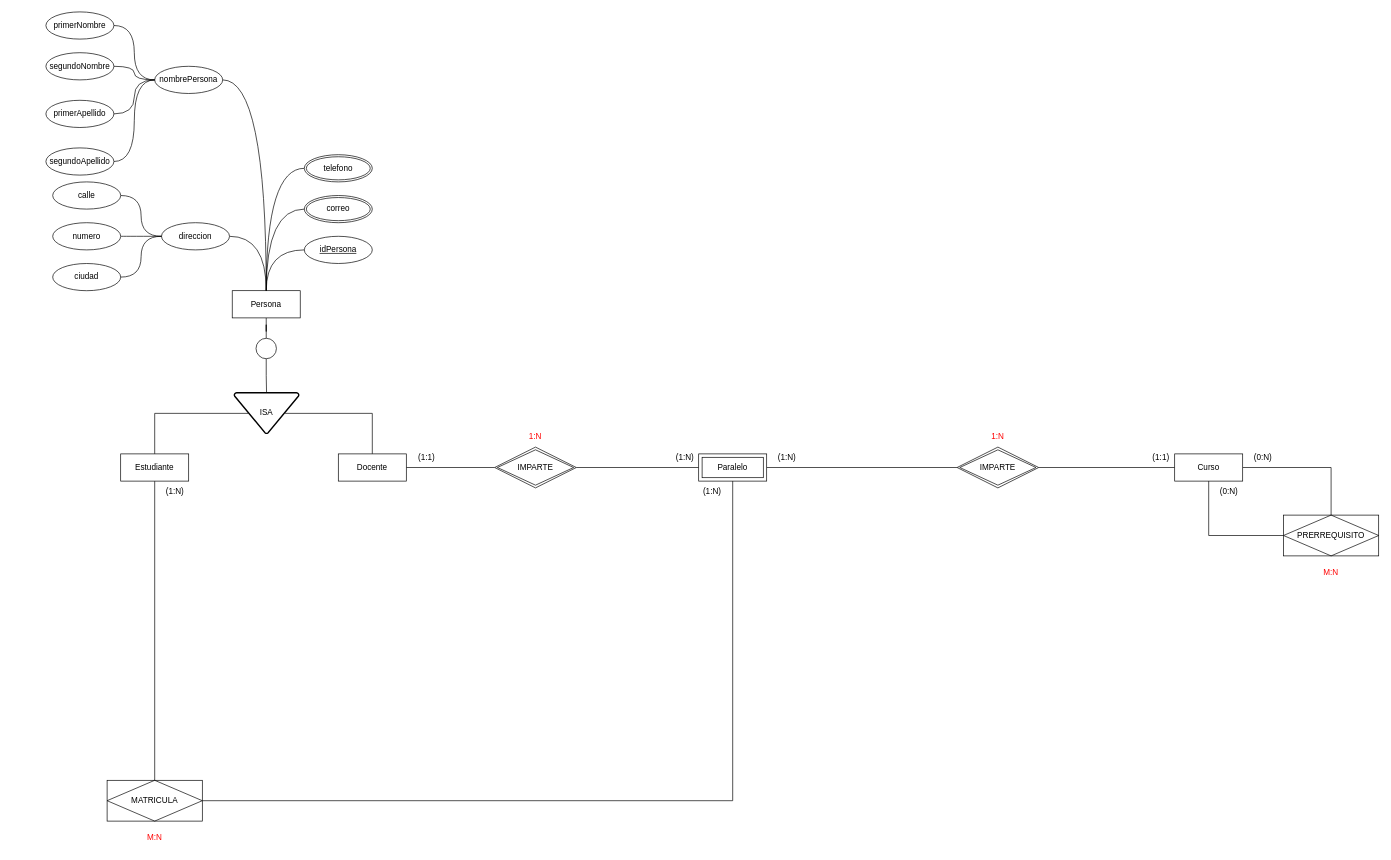
Isa4cc/BASE-DE-DATOS-I-DIAGRAMAS keeps this draw.io diagram as DIAGRAMA-UNI.drawio. Above is the earlier version. Source tidied: cells renumbered, new cells numbered last; positions are measured from the earlier drawing's top-left corner, leaving out a move shared by most shapes. Both pictures are drawn from the tidied source at 68%, with x=0, y=0 at pixel (46, 12).
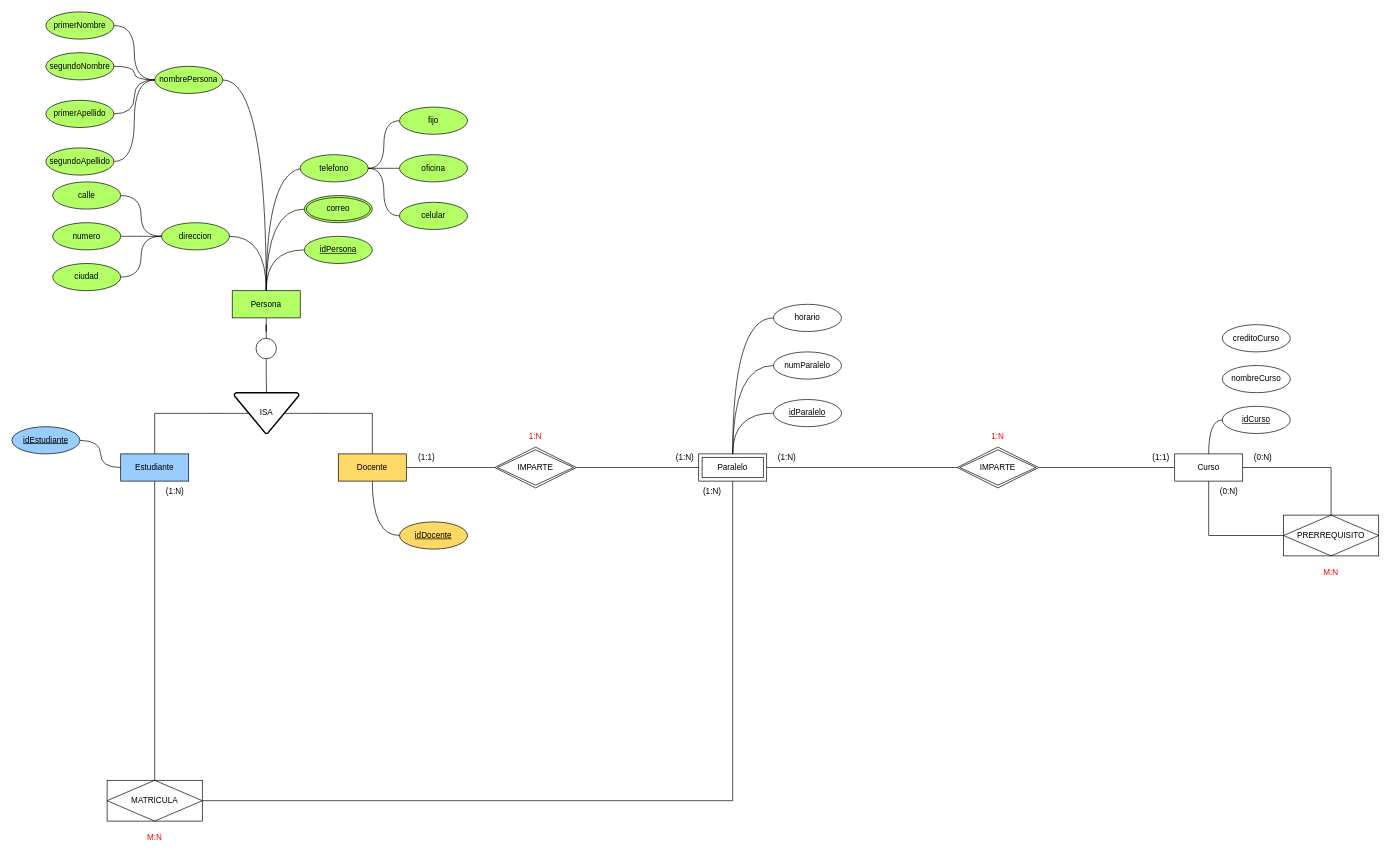
The same diagram, later.

Unchanged cells that the change refers to:
```xml
<mxCell id="40" value="Paralelo" style="shape=ext;margin=3;double=1;whiteSpace=wrap;html=1;align=center;" parent="1" vertex="1">
  <mxGeometry x="960" y="650" width="100" height="40" as="geometry" />
</mxCell>
<mxCell id="49" value="Curso" style="whiteSpace=wrap;html=1;align=center;" parent="1" vertex="1">
  <mxGeometry x="1660" y="650" width="100" height="40" as="geometry" />
</mxCell>
```

What changed in the source:
```diff
@@
-    <mxCell id="3" value="Persona" style="whiteSpace=wrap;html=1;align=center;" parent="1" vertex="1">
+    <mxCell id="3" value="Persona" style="whiteSpace=wrap;html=1;align=center;fillColor=#B3FF66;" parent="1" vertex="1">
       <mxGeometry x="274" y="410" width="100" height="40" as="geometry" />
     </mxCell>
@@
-    <mxCell id="10" value="Estudiante" style="whiteSpace=wrap;html=1;align=center;" parent="1" vertex="1">
+    <mxCell id="10" value="Estudiante" style="whiteSpace=wrap;html=1;align=center;fillColor=#99CCFF;" parent="1" vertex="1">
       <mxGeometry x="110" y="650" width="100" height="40" as="geometry" />
     </mxCell>
@@
+    <mxCell id="61" style="edgeStyle=orthogonalEdgeStyle;rounded=0;jettySize=auto;html=1;entryX=0;entryY=0.5;entryDx=0;entryDy=0;curved=1;curveGeometry=1;endArrow=none;endFill=0;" parent="1" edge="1" source="12" target="71">
+      <mxGeometry relative="1" as="geometry" />
+    </mxCell>
-    <mxCell id="12" value="Docente" style="whiteSpace=wrap;html=1;align=center;" parent="1" vertex="1">
+    <mxCell id="12" value="Docente" style="whiteSpace=wrap;html=1;align=center;fillColor=#FFD966;" parent="1" vertex="1">
       <mxGeometry x="430" y="650" width="100" height="40" as="geometry" />
     </mxCell>
@@
-    <mxCell id="14" value="idPersona" style="ellipse;whiteSpace=wrap;html=1;align=center;fontStyle=4;" parent="1" vertex="1">
+    <mxCell id="14" value="idPersona" style="ellipse;whiteSpace=wrap;html=1;align=center;fontStyle=4;fillColor=#B3FF66;" parent="1" vertex="1">
       <mxGeometry x="380" y="330" width="100" height="40" as="geometry" />
     </mxCell>
@@
-    <mxCell id="16" value="correo" style="ellipse;shape=doubleEllipse;margin=3;whiteSpace=wrap;html=1;align=center;" parent="1" vertex="1">
+    <mxCell id="16" value="correo" style="ellipse;shape=doubleEllipse;margin=3;whiteSpace=wrap;html=1;align=center;fillColor=#B3FF66;" parent="1" vertex="1">
       <mxGeometry x="380" y="270" width="100" height="40" as="geometry" />
     </mxCell>
-    <mxCell id="17" style="edgeStyle=orthogonalEdgeStyle;rounded=0;jettySize=auto;html=1;entryX=0.5;entryY=0;entryDx=0;entryDy=0;curved=1;curveGeometry=1;endArrow=none;endFill=0;" parent="1" edge="1" source="18" target="3">
-      <mxGeometry relative="1" as="geometry" />
+    <mxCell id="17" style="edgeStyle=orthogonalEdgeStyle;rounded=0;jettySize=auto;html=1;entryX=0.5;entryY=0;entryDx=0;entryDy=0;curved=1;curveGeometry=1;endArrow=none;endFill=0;" parent="1" edge="1" target="3">
+      <mxGeometry relative="1" as="geometry">
+        <mxPoint x="380" y="230" as="sourcePoint" />
+      </mxGeometry>
     </mxCell>
-    <mxCell id="18" value="telefono" style="ellipse;shape=doubleEllipse;margin=3;whiteSpace=wrap;html=1;align=center;" parent="1" vertex="1">
-      <mxGeometry x="380" y="210" width="100" height="40" as="geometry" />
-    </mxCell>
@@
-    <mxCell id="20" value="nombrePersona" style="ellipse;whiteSpace=wrap;html=1;align=center;" parent="1" vertex="1">
+    <mxCell id="20" value="nombrePersona" style="ellipse;whiteSpace=wrap;html=1;align=center;fillColor=#B3FF66;" parent="1" vertex="1">
       <mxGeometry x="160" y="80" width="100" height="40" as="geometry" />
     </mxCell>
@@
-    <mxCell id="22" value="primerNombre" style="ellipse;whiteSpace=wrap;html=1;align=center;" parent="1" vertex="1">
+    <mxCell id="22" value="primerNombre" style="ellipse;whiteSpace=wrap;html=1;align=center;fillColor=#B3FF66;" parent="1" vertex="1">
       <mxGeometry width="100" height="40" as="geometry" />
     </mxCell>
@@
-    <mxCell id="24" value="segundoNombre" style="ellipse;whiteSpace=wrap;html=1;align=center;" parent="1" vertex="1">
+    <mxCell id="24" value="segundoNombre" style="ellipse;whiteSpace=wrap;html=1;align=center;fillColor=#B3FF66;" parent="1" vertex="1">
       <mxGeometry y="60" width="100" height="40" as="geometry" />
     </mxCell>
@@
-    <mxCell id="26" value="primerApellido" style="ellipse;whiteSpace=wrap;html=1;align=center;" parent="1" vertex="1">
+    <mxCell id="26" value="primerApellido" style="ellipse;whiteSpace=wrap;html=1;align=center;fillColor=#B3FF66;" parent="1" vertex="1">
       <mxGeometry y="130" width="100" height="40" as="geometry" />
     </mxCell>
@@
-    <mxCell id="28" value="segundoApellido" style="ellipse;whiteSpace=wrap;html=1;align=center;" parent="1" vertex="1">
+    <mxCell id="28" value="segundoApellido" style="ellipse;whiteSpace=wrap;html=1;align=center;fillColor=#B3FF66;" parent="1" vertex="1">
       <mxGeometry y="200" width="100" height="40" as="geometry" />
     </mxCell>
@@
-    <mxCell id="30" value="direccion" style="ellipse;whiteSpace=wrap;html=1;align=center;" parent="1" vertex="1">
+    <mxCell id="30" value="direccion" style="ellipse;whiteSpace=wrap;html=1;align=center;fillColor=#B3FF66;" parent="1" vertex="1">
       <mxGeometry x="170" y="310" width="100" height="40" as="geometry" />
     </mxCell>
@@
-    <mxCell id="32" value="calle" style="ellipse;whiteSpace=wrap;html=1;align=center;" parent="1" vertex="1">
+    <mxCell id="32" value="calle" style="ellipse;whiteSpace=wrap;html=1;align=center;fillColor=#B3FF66;" parent="1" vertex="1">
       <mxGeometry x="10" y="250" width="100" height="40" as="geometry" />
     </mxCell>
@@
-    <mxCell id="34" value="numero" style="ellipse;whiteSpace=wrap;html=1;align=center;" parent="1" vertex="1">
+    <mxCell id="34" value="numero" style="ellipse;whiteSpace=wrap;html=1;align=center;fillColor=#B3FF66;" parent="1" vertex="1">
       <mxGeometry x="10" y="310" width="100" height="40" as="geometry" />
     </mxCell>
@@
-    <mxCell id="36" value="ciudad" style="ellipse;whiteSpace=wrap;html=1;align=center;" parent="1" vertex="1">
+    <mxCell id="36" value="ciudad" style="ellipse;whiteSpace=wrap;html=1;align=center;fillColor=#B3FF66;" parent="1" vertex="1">
       <mxGeometry x="10" y="370" width="100" height="40" as="geometry" />
     </mxCell>
@@
+    <mxCell id="62" style="edgeStyle=orthogonalEdgeStyle;rounded=0;jettySize=auto;html=1;entryX=0;entryY=0.5;entryDx=0;entryDy=0;curved=1;curveGeometry=1;endArrow=none;endFill=0;" parent="1" edge="1" source="49" target="76">
+      <mxGeometry relative="1" as="geometry" />
+    </mxCell>
@@
+    <mxCell id="18" value="telefono" style="ellipse;whiteSpace=wrap;html=1;align=center;fillColor=#B3FF66;" parent="1" vertex="1">
+      <mxGeometry x="374" y="210" width="100" height="40" as="geometry" />
+    </mxCell>
+    <mxCell id="63" style="edgeStyle=orthogonalEdgeStyle;rounded=0;jettySize=auto;html=1;entryX=1;entryY=0.5;entryDx=0;entryDy=0;endArrow=none;endFill=0;curved=1;curveGeometry=1;" parent="1" edge="1" source="64" target="18">
+      <mxGeometry relative="1" as="geometry" />
+    </mxCell>
+    <mxCell id="64" value="fijo" style="ellipse;whiteSpace=wrap;html=1;align=center;fillColor=#B3FF66;" parent="1" vertex="1">
+      <mxGeometry x="520" y="140" width="100" height="40" as="geometry" />
+    </mxCell>
+    <mxCell id="65" style="edgeStyle=orthogonalEdgeStyle;rounded=0;jettySize=auto;html=1;endArrow=none;endFill=0;" parent="1" edge="1" source="66" target="18">
+      <mxGeometry relative="1" as="geometry" />
+    </mxCell>
+    <mxCell id="66" value="oficina" style="ellipse;whiteSpace=wrap;html=1;align=center;fillColor=#B3FF66;" parent="1" vertex="1">
+      <mxGeometry x="520" y="210" width="100" height="40" as="geometry" />
+    </mxCell>
+    <mxCell id="67" style="edgeStyle=orthogonalEdgeStyle;rounded=0;jettySize=auto;html=1;entryX=1;entryY=0.5;entryDx=0;entryDy=0;curved=1;curveGeometry=1;endArrow=none;endFill=0;" parent="1" edge="1" source="68" target="18">
+      <mxGeometry relative="1" as="geometry" />
+    </mxCell>
+    <mxCell id="68" value="celular" style="ellipse;whiteSpace=wrap;html=1;align=center;fillColor=#B3FF66;" parent="1" vertex="1">
+      <mxGeometry x="520" y="280" width="100" height="40" as="geometry" />
+    </mxCell>
+    <mxCell id="69" style="edgeStyle=orthogonalEdgeStyle;rounded=0;jettySize=auto;html=1;entryX=0;entryY=0.5;entryDx=0;entryDy=0;curved=1;curveGeometry=1;endArrow=none;endFill=0;" parent="1" edge="1" target="10">
+      <mxGeometry relative="1" as="geometry">
+        <mxPoint x="50" y="630" as="sourcePoint" />
+      </mxGeometry>
+    </mxCell>
+    <mxCell id="70" value="idEstudiante" style="ellipse;whiteSpace=wrap;html=1;align=center;fontStyle=4;fillColor=#99CCFF;" parent="1" vertex="1">
+      <mxGeometry x="-50" y="610" width="100" height="40" as="geometry" />
+    </mxCell>
+    <mxCell id="71" value="idDocente" style="ellipse;whiteSpace=wrap;html=1;align=center;fontStyle=4;fillColor=#FFD966;" parent="1" vertex="1">
+      <mxGeometry x="520" y="750" width="100" height="40" as="geometry" />
+    </mxCell>
+    <mxCell id="72" style="edgeStyle=orthogonalEdgeStyle;rounded=0;jettySize=auto;html=1;entryX=0.5;entryY=0;entryDx=0;entryDy=0;curved=1;curveGeometry=1;endArrow=none;endFill=0;" parent="1" edge="1" source="73" target="40">
+      <mxGeometry relative="1" as="geometry" />
+    </mxCell>
+    <mxCell id="73" value="idParalelo" style="ellipse;whiteSpace=wrap;html=1;align=center;fontStyle=20;" parent="1" vertex="1">
+      <mxGeometry x="1070" y="570" width="100" height="40" as="geometry" />
+    </mxCell>
+    <mxCell id="74" style="edgeStyle=orthogonalEdgeStyle;rounded=0;jettySize=auto;html=1;entryX=0.5;entryY=0;entryDx=0;entryDy=0;curved=1;curveGeometry=1;endArrow=none;endFill=0;" parent="1" edge="1" source="75" target="40">
+      <mxGeometry relative="1" as="geometry" />
+    </mxCell>
+    <mxCell id="75" value="numParalelo" style="ellipse;whiteSpace=wrap;html=1;align=center;" parent="1" vertex="1">
+      <mxGeometry x="1070" y="500" width="100" height="40" as="geometry" />
+    </mxCell>
+    <mxCell id="76" value="idCurso" style="ellipse;whiteSpace=wrap;html=1;align=center;fontStyle=20;" parent="1" vertex="1">
+      <mxGeometry x="1730" y="580" width="100" height="40" as="geometry" />
+    </mxCell>
+    <mxCell id="77" style="edgeStyle=orthogonalEdgeStyle;rounded=0;jettySize=auto;html=1;entryX=0.5;entryY=0;entryDx=0;entryDy=0;curved=1;curveGeometry=1;endArrow=none;endFill=0;" parent="1" edge="1" source="78" target="40">
+      <mxGeometry relative="1" as="geometry" />
+    </mxCell>
+    <mxCell id="78" value="horario" style="ellipse;whiteSpace=wrap;html=1;align=center;" parent="1" vertex="1">
+      <mxGeometry x="1070" y="430" width="100" height="40" as="geometry" />
+    </mxCell>
+    <mxCell id="79" value="nombreCurso" style="ellipse;whiteSpace=wrap;html=1;align=center;" parent="1" vertex="1">
+      <mxGeometry x="1730" y="520" width="100" height="40" as="geometry" />
+    </mxCell>
+    <mxCell id="80" value="creditoCurso" style="ellipse;whiteSpace=wrap;html=1;align=center;" parent="1" vertex="1">
+      <mxGeometry x="1730" y="460" width="100" height="40" as="geometry" />
+    </mxCell>
```
